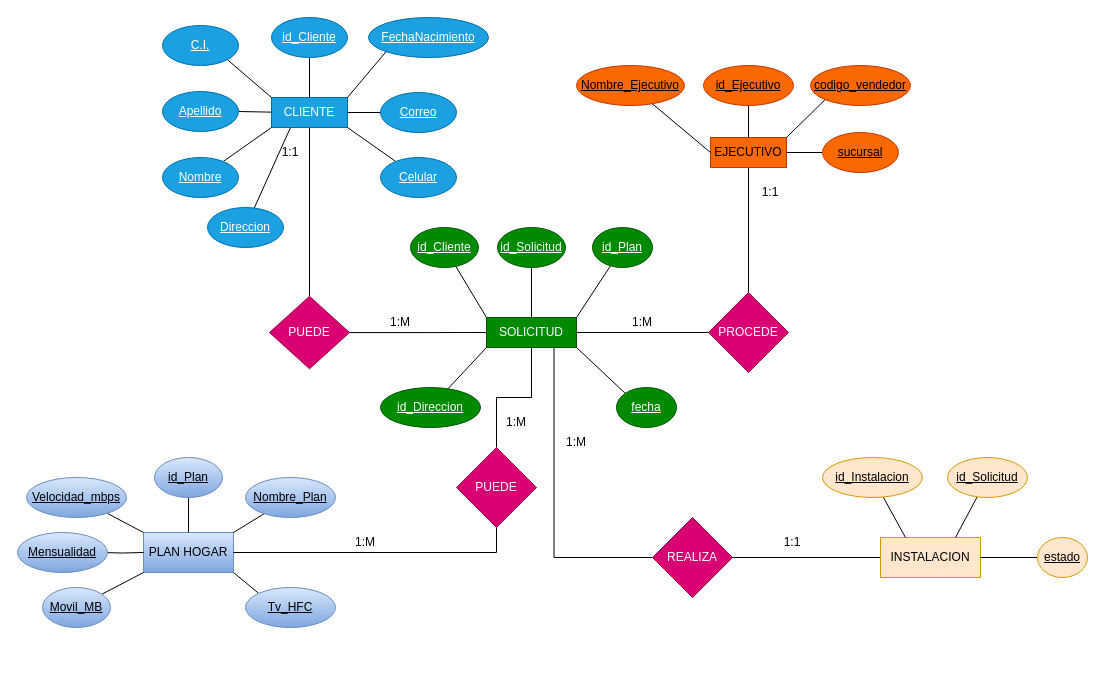
Above: page "Modelo ER" (1 of 2) of Diagrama, Entidad y Relacion.drawio in Robert-VT/Proyecto-BaseDeDatos- (draw.io), before the change. Source tidied: cells renumbered, new cells numbered last; positions are measured from the earlier drawing's top-left corner, leaving out a move shared by most shapes. Both pictures are drawn from the tidied source at 100%, with x=0, y=0 at pixel (17, 17).
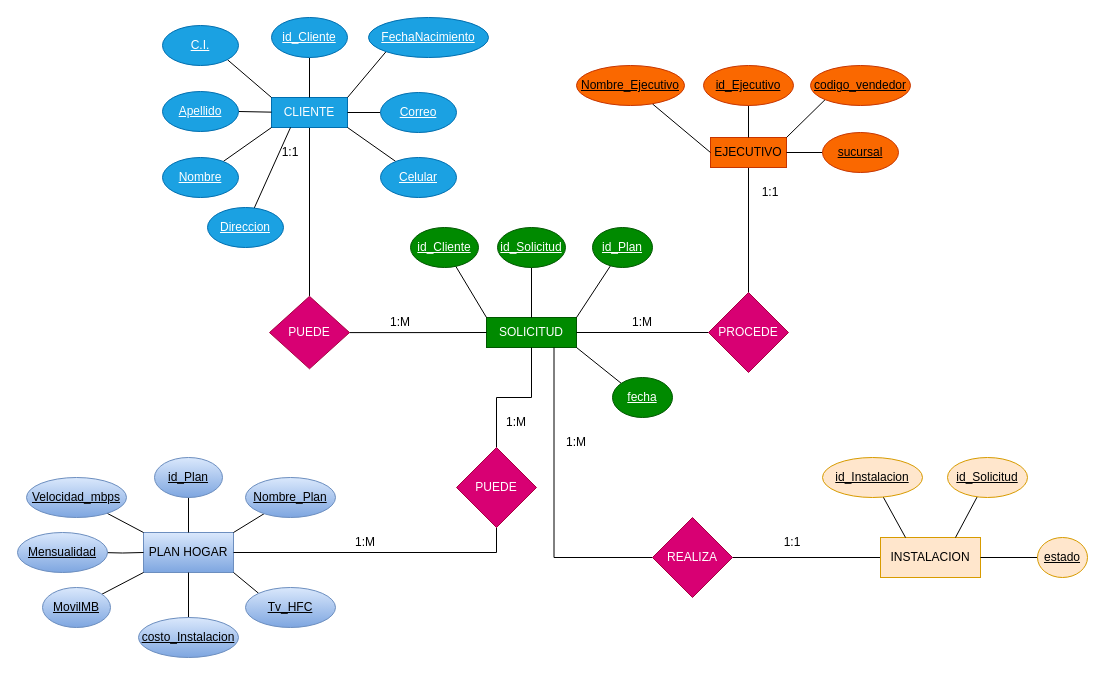
The same diagram, later.

Unchanged cells that the change refers to:
```xml
<mxCell id="18" value="SOLICITUD" style="whiteSpace=wrap;html=1;align=center;fillColor=#008a00;fontColor=#ffffff;strokeColor=#005700;" parent="1" vertex="1">
  <mxGeometry x="469" y="300" width="90" height="30" as="geometry" />
</mxCell>
<mxCell id="49" value="PLAN HOGAR" style="whiteSpace=wrap;html=1;align=center;fillColor=#dae8fc;strokeColor=#6c8ebf;gradientColor=#7ea6e0;" parent="1" vertex="1">
  <mxGeometry x="126" y="515" width="90" height="40" as="geometry" />
</mxCell>
```

Change to the diagram source:
```diff
@@
-    <mxCell id="41" style="rounded=0;jettySize=auto;html=1;entryX=0;entryY=1;entryDx=0;entryDy=0;endArrow=none;endFill=0;" parent="1" edge="1" source="42" target="18">
-      <mxGeometry relative="1" as="geometry" />
-    </mxCell>
-    <mxCell id="42" value="id_Direccion" style="ellipse;whiteSpace=wrap;html=1;align=center;fontStyle=4;fillColor=#008a00;fontColor=#ffffff;strokeColor=#005700;" parent="1" vertex="1">
-      <mxGeometry x="363" y="370" width="100" height="40" as="geometry" />
-    </mxCell>
@@
     <mxCell id="47" value="fecha" style="ellipse;whiteSpace=wrap;html=1;align=center;fontStyle=20;fillColor=#008a00;fontColor=#ffffff;strokeColor=#005700;" parent="1" vertex="1">
-      <mxGeometry x="599" y="370" width="60" height="40" as="geometry" />
+      <mxGeometry x="595" y="360" width="60" height="40" as="geometry" />
     </mxCell>
@@
-    <mxCell id="64" value="Movil_MB" style="ellipse;whiteSpace=wrap;html=1;align=center;fontStyle=20;fillColor=#dae8fc;gradientColor=#7ea6e0;strokeColor=#6c8ebf;" parent="1" vertex="1">
+    <mxCell id="64" value="MovilMB" style="ellipse;whiteSpace=wrap;html=1;align=center;fontStyle=20;fillColor=#dae8fc;gradientColor=#7ea6e0;strokeColor=#6c8ebf;" parent="1" vertex="1">
       <mxGeometry x="25" y="570" width="68" height="40" as="geometry" />
     </mxCell>
@@
+    <mxCell id="81" style="edgeStyle=orthogonalEdgeStyle;rounded=0;jettySize=auto;html=1;entryX=0.5;entryY=1;entryDx=0;entryDy=0;endArrow=none;endFill=0;" parent="1" edge="1" source="82" target="49">
+      <mxGeometry relative="1" as="geometry" />
+    </mxCell>
+    <mxCell id="82" value="costo_Instalacion" style="ellipse;whiteSpace=wrap;html=1;align=center;fontStyle=20;fillColor=#dae8fc;gradientColor=#7ea6e0;strokeColor=#6c8ebf;" parent="1" vertex="1">
+      <mxGeometry x="121" y="600" width="100" height="40" as="geometry" />
+    </mxCell>
```
